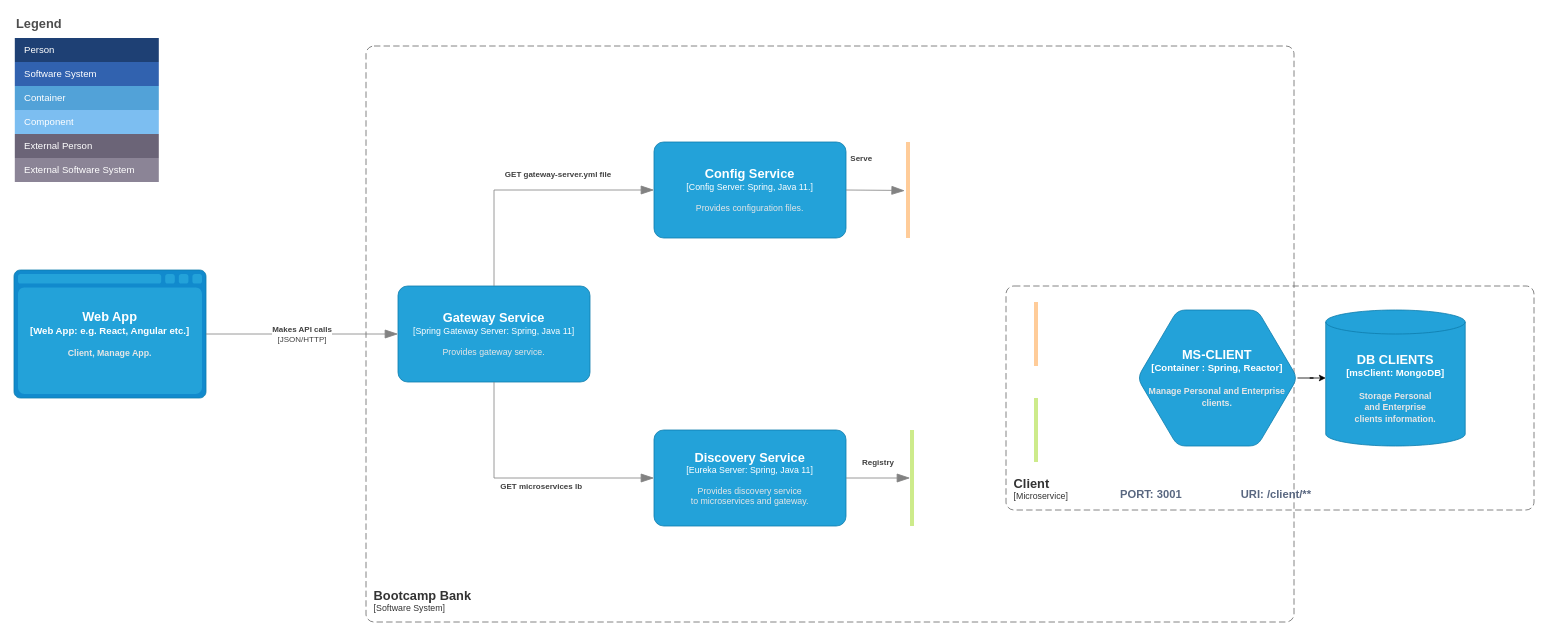
The draw.io diagram page "GENERAL" (1 of 4) of Bootcamp Bank Architecture.drawio in BOOTCAMP-BANK-PROJECT/architecture-diagrams, before the edit. Source tidied: cells renumbered, new cells numbered last; positions are measured from the earlier drawing's top-left corner, leaving out a move shared by most shapes. Both pictures are drawn from the tidied source at 80%, with x=0, y=0 at pixel (14, 14).
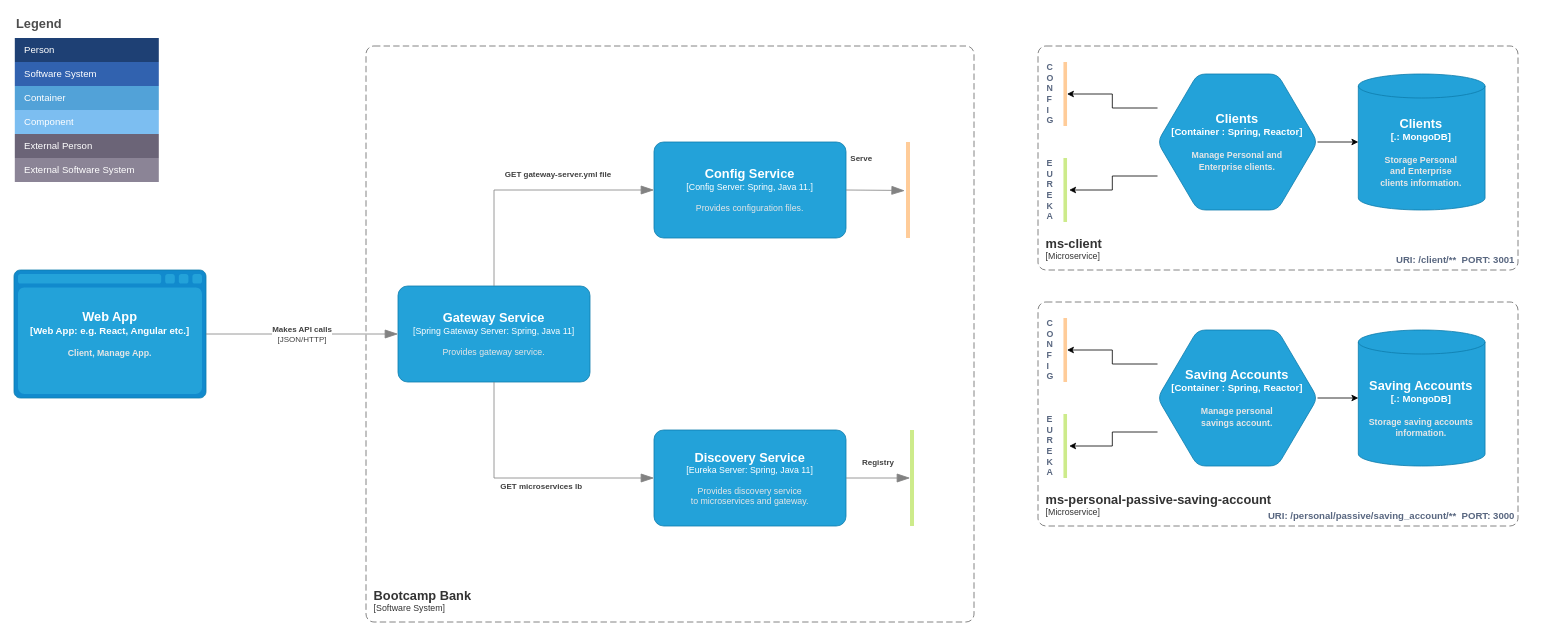
The same page after the edit.

Change to the diagram source:
```diff
@@
     <object id="2" label="&lt;font style=&quot;font-size: 16px&quot;&gt;&lt;b&gt;&lt;div style=&quot;text-align: left&quot;&gt;%c4Name%&lt;/div&gt;&lt;/b&gt;&lt;/font&gt;&lt;div style=&quot;text-align: left&quot;&gt;[%c4Application%]&lt;/div&gt;" c4Application="Software System" c4Name="Bootcamp Bank" placeholders="1">
       <mxCell style="rounded=1;fontSize=11;whiteSpace=wrap;html=1;dashed=1;arcSize=20;fillColor=none;strokeColor=#666666;fontColor=#333333;labelBackgroundColor=none;align=left;verticalAlign=bottom;labelBorderColor=none;spacingTop=0;spacing=10;dashPattern=8 4;perimeter=rectanglePerimeter;noLabel=0;labelPadding=0;absoluteArcSize=1;" parent="1" vertex="1">
-        <mxGeometry x="440" y="40" width="1160" height="720" as="geometry" />
+        <mxGeometry x="440" y="40" width="760" height="720" as="geometry" />
       </mxCell>
     </object>
@@
-    <mxCell id="18" style="group;" parent="1" vertex="1">
-      <mxGeometry x="1240" y="340" width="660" height="280" as="geometry" />
-    </mxCell>
-    <object id="19" label="&lt;font style=&quot;font-size: 16px&quot;&gt;&lt;b&gt;&lt;div style=&quot;text-align: left&quot;&gt;%c4Name%&lt;/div&gt;&lt;/b&gt;&lt;/font&gt;&lt;div style=&quot;text-align: left&quot;&gt;[%c4Application%]&lt;/div&gt;" c4Application="Microservice" c4Name="Client" placeholders="1">
-      <mxCell style="rounded=1;fontSize=11;whiteSpace=wrap;html=1;dashed=1;arcSize=20;fillColor=none;strokeColor=#666666;fontColor=#333333;labelBackgroundColor=none;align=left;verticalAlign=bottom;labelBorderColor=none;spacingTop=0;spacing=10;dashPattern=8 4;perimeter=rectanglePerimeter;noLabel=0;labelPadding=0;absoluteArcSize=1;" parent="18" vertex="1">
-        <mxGeometry width="660" height="280" as="geometry" />
-      </mxCell>
-    </object>
-    <object id="20" label="&lt;font style=&quot;font-size: 16px&quot;&gt;&lt;b&gt;%c4Type%&lt;/font&gt;&lt;div&gt;[%c4Container%:&amp;nbsp;%c4Technology%]&lt;/div&gt;&lt;br&gt;&lt;div&gt;&lt;font style=&quot;font-size: 11px&quot;&gt;&lt;font color=&quot;#E6E6E6&quot;&gt;%c4Description%&lt;/font&gt;&lt;/div&gt;" c4Container="Container " c4Description="Manage Personal and Enterprise clients." c4Technology="Spring, Reactor" c4Type="MS-CLIENT" placeholders="1">
-      <mxCell style="shape=hexagon;size=50;perimeter=hexagonPerimeter2;whiteSpace=wrap;html=1;fixedSize=1;rounded=1;labelBackgroundColor=none;fillColor=#23A2D9;fontSize=12;fontColor=#ffffff;align=center;strokeColor=#0E7DAD;points=[[0.5,0,0],[1,0.25,0],[1,0.5,0],[1,0.75,0],[0.5,1,0],[0,0.75,0],[0,0.5,0],[0,0.25,0]];" parent="18" vertex="1">
-        <mxGeometry x="164.3" y="30" width="200" height="170" as="geometry" />
-      </mxCell>
-    </object>
-    <object id="21" label="&lt;font style=&quot;font-size: 16px&quot;&gt;&lt;b&gt;%c4Type%&lt;/font&gt;&lt;div&gt;[%c4Container%:&amp;nbsp;%c4Technology%]&lt;/div&gt;&lt;br&gt;&lt;div&gt;&lt;font style=&quot;font-size: 11px&quot;&gt;&lt;font color=&quot;#E6E6E6&quot;&gt;%c4Description%&lt;/font&gt;&lt;/div&gt;" c4Container="msClient" c4Description="Storage Personal &#10;and Enterprise &#10;clients information." c4Technology="MongoDB" c4Type="DB CLIENTS" placeholders="1">
-      <mxCell style="shape=cylinder3;size=15;whiteSpace=wrap;html=1;boundedLbl=1;rounded=0;labelBackgroundColor=none;fillColor=#23A2D9;fontSize=12;fontColor=#ffffff;align=center;strokeColor=#0E7DAD;points=[[0.5,0,0],[1,0.25,0],[1,0.5,0],[1,0.75,0],[0.5,1,0],[0,0.75,0],[0,0.5,0],[0,0.25,0]];" parent="18" vertex="1">
-        <mxGeometry x="399.7" y="30" width="174.3" height="170" as="geometry" />
-      </mxCell>
-    </object>
-    <mxCell id="22" style="edgeStyle=orthogonalEdgeStyle;rounded=0;jettySize=auto;html=1;" parent="18" edge="1" source="20" target="21">
-      <mxGeometry relative="1" as="geometry" />
-    </mxCell>
-    <mxCell id="23" value="PORT: 3001&amp;nbsp; &amp;nbsp; &amp;nbsp; &amp;nbsp; &amp;nbsp; &amp;nbsp; &amp;nbsp; &amp;nbsp; &amp;nbsp; &amp;nbsp;URI: /client/**" style="fillColor=none;strokeColor=none;html=1;fontSize=12;fontStyle=0;align=left;fontColor=#596780;fontStyle=1;fontSize=14;" parent="18" vertex="1">
-      <mxGeometry x="141.4" y="250" width="282.9" height="20" as="geometry" />
-    </mxCell>
-    <mxCell id="24" style="html=1;points=[];perimeter=orthogonalPerimeter;fillColor=#ffcc99;strokeColor=none;" parent="18" vertex="1">
-      <mxGeometry x="35" y="20" width="5" height="80" as="geometry" />
-    </mxCell>
-    <mxCell id="25" style="html=1;points=[];perimeter=orthogonalPerimeter;fillColor=#cdeb8b;strokeColor=none;" parent="18" vertex="1">
-      <mxGeometry x="35" y="140" width="5" height="80" as="geometry" />
-    </mxCell>
@@
+    <mxCell id="30" style="group;" parent="1" vertex="1">
+      <mxGeometry x="1280" y="40" width="600" height="280" as="geometry" />
+    </mxCell>
+    <object id="19" label="&lt;font style=&quot;font-size: 16px&quot;&gt;&lt;b&gt;&lt;div style=&quot;text-align: left&quot;&gt;%c4Name%&lt;/div&gt;&lt;/b&gt;&lt;/font&gt;&lt;div style=&quot;text-align: left&quot;&gt;[%c4Application%]&lt;/div&gt;" c4Application="Microservice" c4Name="ms-client" placeholders="1">
+      <mxCell style="rounded=1;fontSize=11;whiteSpace=wrap;html=1;dashed=1;arcSize=20;fillColor=none;strokeColor=#666666;fontColor=#333333;labelBackgroundColor=none;align=left;verticalAlign=bottom;labelBorderColor=none;spacingTop=0;spacing=10;dashPattern=8 4;perimeter=rectanglePerimeter;noLabel=0;labelPadding=0;absoluteArcSize=1;" parent="30" vertex="1">
+        <mxGeometry width="600" height="280" as="geometry" />
+      </mxCell>
+    </object>
+    <mxCell id="23" value="URI: /client/**&amp;nbsp; PORT: 3001" style="fillColor=none;strokeColor=none;html=1;fontSize=12;fontStyle=0;align=right;fontColor=#596780;fontStyle=1;fontSize=12;" parent="30" vertex="1">
+      <mxGeometry x="340" y="258" width="257.1" height="20" as="geometry" />
+    </mxCell>
+    <object id="20" label="&lt;font style=&quot;font-size: 16px&quot;&gt;&lt;b&gt;%c4Type%&lt;/font&gt;&lt;div&gt;[%c4Container%:&amp;nbsp;%c4Technology%]&lt;/div&gt;&lt;br&gt;&lt;div&gt;&lt;font style=&quot;font-size: 11px&quot;&gt;&lt;font color=&quot;#E6E6E6&quot;&gt;%c4Description%&lt;/font&gt;&lt;/div&gt;" c4Container="Container " c4Description="Manage Personal and &#10;Enterprise clients." c4Technology="Spring, Reactor" c4Type="Clients" placeholders="1">
+      <mxCell style="shape=hexagon;size=50;perimeter=hexagonPerimeter2;whiteSpace=wrap;html=1;fixedSize=1;rounded=1;labelBackgroundColor=none;fillColor=#23A2D9;fontSize=12;fontColor=#ffffff;align=center;strokeColor=#0E7DAD;points=[[0.5,0,0],[1,0.25,0],[1,0.5,0],[1,0.75,0],[0.5,1,0],[0,0.75,0],[0,0.5,0],[0,0.25,0]];" parent="30" vertex="1">
+        <mxGeometry x="149.4" y="35" width="200" height="170" as="geometry" />
+      </mxCell>
+    </object>
+    <object id="21" label="&lt;font style=&quot;font-size: 16px&quot;&gt;&lt;b&gt;%c4Type%&lt;/font&gt;&lt;div&gt;[%c4Container%:&amp;nbsp;%c4Technology%]&lt;/div&gt;&lt;br&gt;&lt;div&gt;&lt;font style=&quot;font-size: 11px&quot;&gt;&lt;font color=&quot;#E6E6E6&quot;&gt;%c4Description%&lt;/font&gt;&lt;/div&gt;" c4Container="." c4Description="Storage Personal &#10;and Enterprise &#10;clients information." c4Technology="MongoDB" c4Type="Clients" placeholders="1">
+      <mxCell style="shape=cylinder3;size=15;whiteSpace=wrap;html=1;boundedLbl=1;rounded=0;labelBackgroundColor=none;fillColor=#23A2D9;fontSize=12;fontColor=#ffffff;align=center;strokeColor=#0E7DAD;points=[[0.5,0,0],[1,0.25,0],[1,0.5,0],[1,0.75,0],[0.5,1,0],[0,0.75,0],[0,0.5,0],[0,0.25,0]];" parent="30" vertex="1">
+        <mxGeometry x="400.4" y="35" width="158.4" height="170" as="geometry" />
+      </mxCell>
+    </object>
+    <mxCell id="31" style="edgeStyle=orthogonalEdgeStyle;rounded=0;jettySize=auto;html=1;exitX=0;exitY=0.25;exitDx=0;exitDy=0;exitPerimeter=0;entryX=1;entryY=0.5;entryDx=0;entryDy=0;entryPerimeter=0;fontSize=12;" parent="30" edge="1" source="20" target="24">
+      <mxGeometry relative="1" as="geometry" />
+    </mxCell>
+    <mxCell id="32" style="edgeStyle=orthogonalEdgeStyle;rounded=0;jettySize=auto;html=1;exitX=0;exitY=0.75;exitDx=0;exitDy=0;exitPerimeter=0;entryX=1.6;entryY=0.5;entryDx=0;entryDy=0;entryPerimeter=0;fontSize=12;" parent="30" edge="1" source="20" target="25">
+      <mxGeometry relative="1" as="geometry" />
+    </mxCell>
+    <mxCell id="24" style="html=1;points=[];perimeter=orthogonalPerimeter;fillColor=#ffcc99;strokeColor=none;" parent="30" vertex="1">
+      <mxGeometry x="31.8" y="20" width="4.5" height="80" as="geometry" />
+    </mxCell>
+    <mxCell id="33" value="C&lt;br&gt;O&lt;br&gt;N&lt;br&gt;F&lt;br&gt;I&lt;br&gt;G" style="fillColor=none;strokeColor=none;html=1;fontSize=12;fontStyle=0;align=left;fontColor=#596780;fontStyle=1;fontSize=11;" parent="30" vertex="1">
+      <mxGeometry x="9.4" y="17.5" width="13.6" height="85" as="geometry" />
+    </mxCell>
+    <mxCell id="34" value="E&lt;br style=&quot;font-size: 13px;&quot;&gt;U&lt;br style=&quot;font-size: 13px;&quot;&gt;R&lt;br style=&quot;font-size: 13px;&quot;&gt;E&lt;br style=&quot;font-size: 13px;&quot;&gt;K&lt;br style=&quot;font-size: 13px;&quot;&gt;A" style="fillColor=none;strokeColor=none;html=1;fontSize=13;fontStyle=0;align=left;fontColor=#596780;fontStyle=1;fontSize=11;" parent="30" vertex="1">
+      <mxGeometry x="9.4" y="132.5" width="13.6" height="95" as="geometry" />
+    </mxCell>
+    <mxCell id="25" style="html=1;points=[];perimeter=orthogonalPerimeter;fillColor=#cdeb8b;strokeColor=none;" parent="30" vertex="1">
+      <mxGeometry x="31.8" y="140" width="4.5" height="80" as="geometry" />
+    </mxCell>
+    <mxCell id="22" style="edgeStyle=orthogonalEdgeStyle;rounded=0;jettySize=auto;html=1;" parent="30" edge="1" source="20" target="21">
+      <mxGeometry relative="1" as="geometry" />
+    </mxCell>
+    <mxCell id="35" style="group;" parent="1" vertex="1">
+      <mxGeometry x="1280" y="360" width="600" height="280" as="geometry" />
+    </mxCell>
+    <object id="36" label="&lt;font style=&quot;font-size: 16px&quot;&gt;&lt;b&gt;&lt;div style=&quot;text-align: left&quot;&gt;%c4Name%&lt;/div&gt;&lt;/b&gt;&lt;/font&gt;&lt;div style=&quot;text-align: left&quot;&gt;[%c4Application%]&lt;/div&gt;" c4Application="Microservice" c4Name="ms-personal-passive-saving-account" placeholders="1">
+      <mxCell style="rounded=1;fontSize=11;whiteSpace=wrap;html=1;dashed=1;arcSize=20;fillColor=none;strokeColor=#666666;fontColor=#333333;labelBackgroundColor=none;align=left;verticalAlign=bottom;labelBorderColor=none;spacingTop=0;spacing=10;dashPattern=8 4;perimeter=rectanglePerimeter;noLabel=0;labelPadding=0;absoluteArcSize=1;" parent="35" vertex="1">
+        <mxGeometry width="600" height="280" as="geometry" />
+      </mxCell>
+    </object>
+    <mxCell id="37" value="URI: /personal/passive/saving_account/**&amp;nbsp; PORT: 3000" style="fillColor=none;strokeColor=none;html=1;fontSize=12;fontStyle=0;align=right;fontColor=#596780;fontStyle=1;fontSize=12;" parent="35" vertex="1">
+      <mxGeometry x="340" y="258" width="257.1" height="20" as="geometry" />
+    </mxCell>
+    <object id="38" label="&lt;font style=&quot;font-size: 16px&quot;&gt;&lt;b&gt;%c4Type%&lt;/font&gt;&lt;div&gt;[%c4Container%:&amp;nbsp;%c4Technology%]&lt;/div&gt;&lt;br&gt;&lt;div&gt;&lt;font style=&quot;font-size: 11px&quot;&gt;&lt;font color=&quot;#E6E6E6&quot;&gt;%c4Description%&lt;/font&gt;&lt;/div&gt;" c4Container="Container " c4Description="Manage personal &#10;savings account." c4Technology="Spring, Reactor" c4Type="Saving Accounts" placeholders="1">
+      <mxCell style="shape=hexagon;size=50;perimeter=hexagonPerimeter2;whiteSpace=wrap;html=1;fixedSize=1;rounded=1;labelBackgroundColor=none;fillColor=#23A2D9;fontSize=12;fontColor=#ffffff;align=center;strokeColor=#0E7DAD;points=[[0.5,0,0],[1,0.25,0],[1,0.5,0],[1,0.75,0],[0.5,1,0],[0,0.75,0],[0,0.5,0],[0,0.25,0]];" parent="35" vertex="1">
+        <mxGeometry x="149.4" y="35" width="200" height="170" as="geometry" />
+      </mxCell>
+    </object>
+    <object id="39" label="&lt;font style=&quot;font-size: 16px&quot;&gt;&lt;b&gt;%c4Type%&lt;/font&gt;&lt;div&gt;[%c4Container%:&amp;nbsp;%c4Technology%]&lt;/div&gt;&lt;br&gt;&lt;div&gt;&lt;font style=&quot;font-size: 11px&quot;&gt;&lt;font color=&quot;#E6E6E6&quot;&gt;%c4Description%&lt;/font&gt;&lt;/div&gt;" c4Container="." c4Description="Storage saving accounts information." c4Technology="MongoDB" c4Type="Saving Accounts" placeholders="1">
+      <mxCell style="shape=cylinder3;size=15;whiteSpace=wrap;html=1;boundedLbl=1;rounded=0;labelBackgroundColor=none;fillColor=#23A2D9;fontSize=12;fontColor=#ffffff;align=center;strokeColor=#0E7DAD;points=[[0.5,0,0],[1,0.25,0],[1,0.5,0],[1,0.75,0],[0.5,1,0],[0,0.75,0],[0,0.5,0],[0,0.25,0]];" parent="35" vertex="1">
+        <mxGeometry x="400.4" y="35" width="158.4" height="170" as="geometry" />
+      </mxCell>
+    </object>
+    <mxCell id="40" style="edgeStyle=orthogonalEdgeStyle;rounded=0;jettySize=auto;html=1;exitX=0;exitY=0.25;exitDx=0;exitDy=0;exitPerimeter=0;entryX=1;entryY=0.5;entryDx=0;entryDy=0;entryPerimeter=0;fontSize=12;" parent="35" edge="1" source="38" target="42">
+      <mxGeometry relative="1" as="geometry" />
+    </mxCell>
+    <mxCell id="41" style="edgeStyle=orthogonalEdgeStyle;rounded=0;jettySize=auto;html=1;exitX=0;exitY=0.75;exitDx=0;exitDy=0;exitPerimeter=0;entryX=1.6;entryY=0.5;entryDx=0;entryDy=0;entryPerimeter=0;fontSize=12;" parent="35" edge="1" source="38" target="45">
+      <mxGeometry relative="1" as="geometry" />
+    </mxCell>
+    <mxCell id="42" style="html=1;points=[];perimeter=orthogonalPerimeter;fillColor=#ffcc99;strokeColor=none;" parent="35" vertex="1">
+      <mxGeometry x="31.8" y="20" width="4.5" height="80" as="geometry" />
+    </mxCell>
+    <mxCell id="43" value="C&lt;br&gt;O&lt;br&gt;N&lt;br&gt;F&lt;br&gt;I&lt;br&gt;G" style="fillColor=none;strokeColor=none;html=1;fontSize=12;fontStyle=0;align=left;fontColor=#596780;fontStyle=1;fontSize=11;" parent="35" vertex="1">
+      <mxGeometry x="9.4" y="17.5" width="13.6" height="85" as="geometry" />
+    </mxCell>
+    <mxCell id="44" value="E&lt;br style=&quot;font-size: 13px;&quot;&gt;U&lt;br style=&quot;font-size: 13px;&quot;&gt;R&lt;br style=&quot;font-size: 13px;&quot;&gt;E&lt;br style=&quot;font-size: 13px;&quot;&gt;K&lt;br style=&quot;font-size: 13px;&quot;&gt;A" style="fillColor=none;strokeColor=none;html=1;fontSize=13;fontStyle=0;align=left;fontColor=#596780;fontStyle=1;fontSize=11;" parent="35" vertex="1">
+      <mxGeometry x="9.4" y="132.5" width="13.6" height="95" as="geometry" />
+    </mxCell>
+    <mxCell id="45" style="html=1;points=[];perimeter=orthogonalPerimeter;fillColor=#cdeb8b;strokeColor=none;" parent="35" vertex="1">
+      <mxGeometry x="31.8" y="140" width="4.5" height="80" as="geometry" />
+    </mxCell>
+    <mxCell id="46" style="edgeStyle=orthogonalEdgeStyle;rounded=0;jettySize=auto;html=1;" parent="35" edge="1" source="38" target="39">
+      <mxGeometry relative="1" as="geometry" />
+    </mxCell>
```
